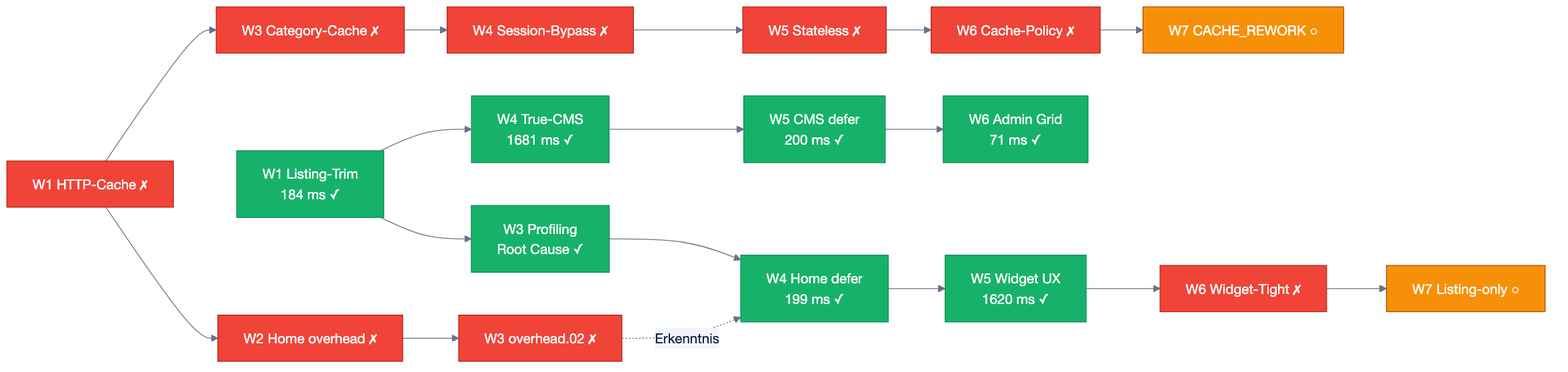
This is docs/assets/diagrams/dependency-chain.png from sthamann/shopware-autoresearch, a Mermaid export, as it was before one commit. Its source is kept beside it as docs/assets/diagrams/dependency-chain.mmd. The source it was exported from:
```mermaid
flowchart LR
    W1["W1 Listing-Trim<br/>184 ms ✓"] --> W3["W3 Profiling<br/>Root Cause ✓"]
    W3 --> W4D["W4 Home defer<br/>199 ms ✓"]
    W4D --> W5W["W5 Widget UX<br/>1620 ms ✓"]
    W1 --> W4T["W4 True-CMS<br/>1681 ms ✓"]
    W4T --> W5D["W5 CMS defer<br/>200 ms ✓"]
    W5D --> W6G["W6 Admin Grid<br/>71 ms ✓"]

    W1F["W1 HTTP-Cache ✗"] --> W2H["W2 Home overhead ✗"]
    W2H --> W3H["W3 overhead.02 ✗"]
    W3H -.Erkenntnis.-> W4D
    W1F --> W3C["W3 Category-Cache ✗"]
    W3C --> W4S["W4 Session-Bypass ✗"]
    W4S --> W5S["W5 Stateless ✗"]
    W5S --> W6S["W6 Cache-Policy ✗"]
    W6S --> W7S["W7 CACHE_REWORK ○"]

    W5W --> W6W["W6 Widget-Tight ✗"]
    W6W --> W7W["W7 Listing-only ○"]

    classDef ok fill:#17B26A,stroke:#0E8A50,color:#fff;
    classDef bad fill:#F04438,stroke:#B42318,color:#fff;
    classDef plan fill:#F79009,stroke:#B54708,color:#fff;
    class W1,W3,W4D,W5W,W4T,W5D,W6G ok;
    class W1F,W2H,W3H,W3C,W4S,W5S,W6S,W6W bad;
    class W7S,W7W plan;
```
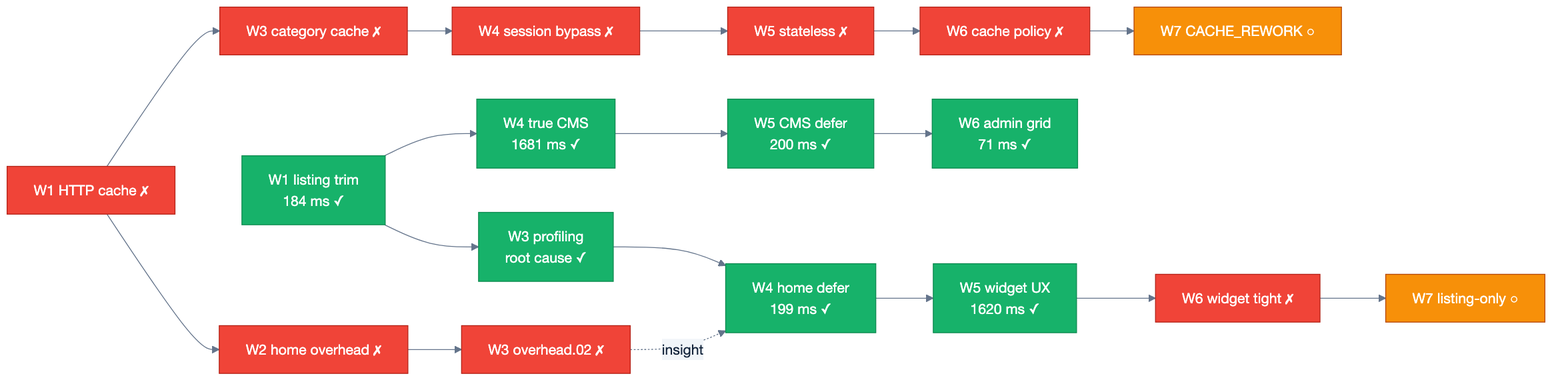
Above is the later version.

The edit, as a diff of the source:
```diff
@@ -1,22 +1,22 @@
 flowchart LR
-    W1["W1 Listing-Trim<br/>184 ms ✓"] --> W3["W3 Profiling<br/>Root Cause ✓"]
-    W3 --> W4D["W4 Home defer<br/>199 ms ✓"]
-    W4D --> W5W["W5 Widget UX<br/>1620 ms ✓"]
-    W1 --> W4T["W4 True-CMS<br/>1681 ms ✓"]
+    W1["W1 listing trim<br/>184 ms ✓"] --> W3["W3 profiling<br/>root cause ✓"]
+    W3 --> W4D["W4 home defer<br/>199 ms ✓"]
+    W4D --> W5W["W5 widget UX<br/>1620 ms ✓"]
+    W1 --> W4T["W4 true CMS<br/>1681 ms ✓"]
     W4T --> W5D["W5 CMS defer<br/>200 ms ✓"]
-    W5D --> W6G["W6 Admin Grid<br/>71 ms ✓"]
+    W5D --> W6G["W6 admin grid<br/>71 ms ✓"]
 
-    W1F["W1 HTTP-Cache ✗"] --> W2H["W2 Home overhead ✗"]
+    W1F["W1 HTTP cache ✗"] --> W2H["W2 home overhead ✗"]
     W2H --> W3H["W3 overhead.02 ✗"]
-    W3H -.Erkenntnis.-> W4D
-    W1F --> W3C["W3 Category-Cache ✗"]
-    W3C --> W4S["W4 Session-Bypass ✗"]
-    W4S --> W5S["W5 Stateless ✗"]
-    W5S --> W6S["W6 Cache-Policy ✗"]
+    W3H -.insight.-> W4D
+    W1F --> W3C["W3 category cache ✗"]
+    W3C --> W4S["W4 session bypass ✗"]
+    W4S --> W5S["W5 stateless ✗"]
+    W5S --> W6S["W6 cache policy ✗"]
     W6S --> W7S["W7 CACHE_REWORK ○"]
 
-    W5W --> W6W["W6 Widget-Tight ✗"]
-    W6W --> W7W["W7 Listing-only ○"]
+    W5W --> W6W["W6 widget tight ✗"]
+    W6W --> W7W["W7 listing-only ○"]
 
     classDef ok fill:#17B26A,stroke:#0E8A50,color:#fff;
     classDef bad fill:#F04438,stroke:#B42318,color:#fff;
```
